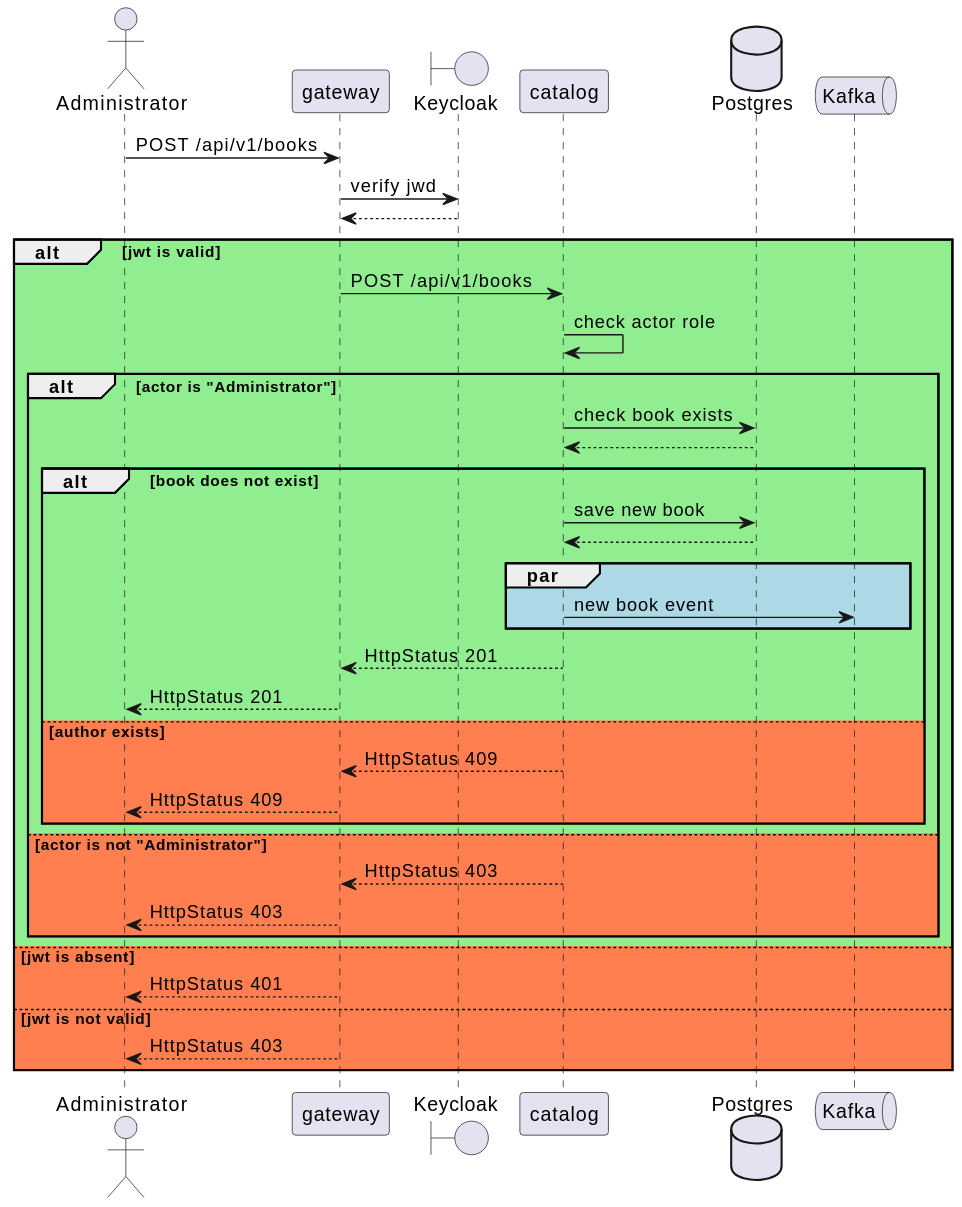
This is hw-01/use-cases/register-new-book/register-new-book.svg from dalayLama/otus-microservice-2024-08, a PlantUML export, as it was before one commit.
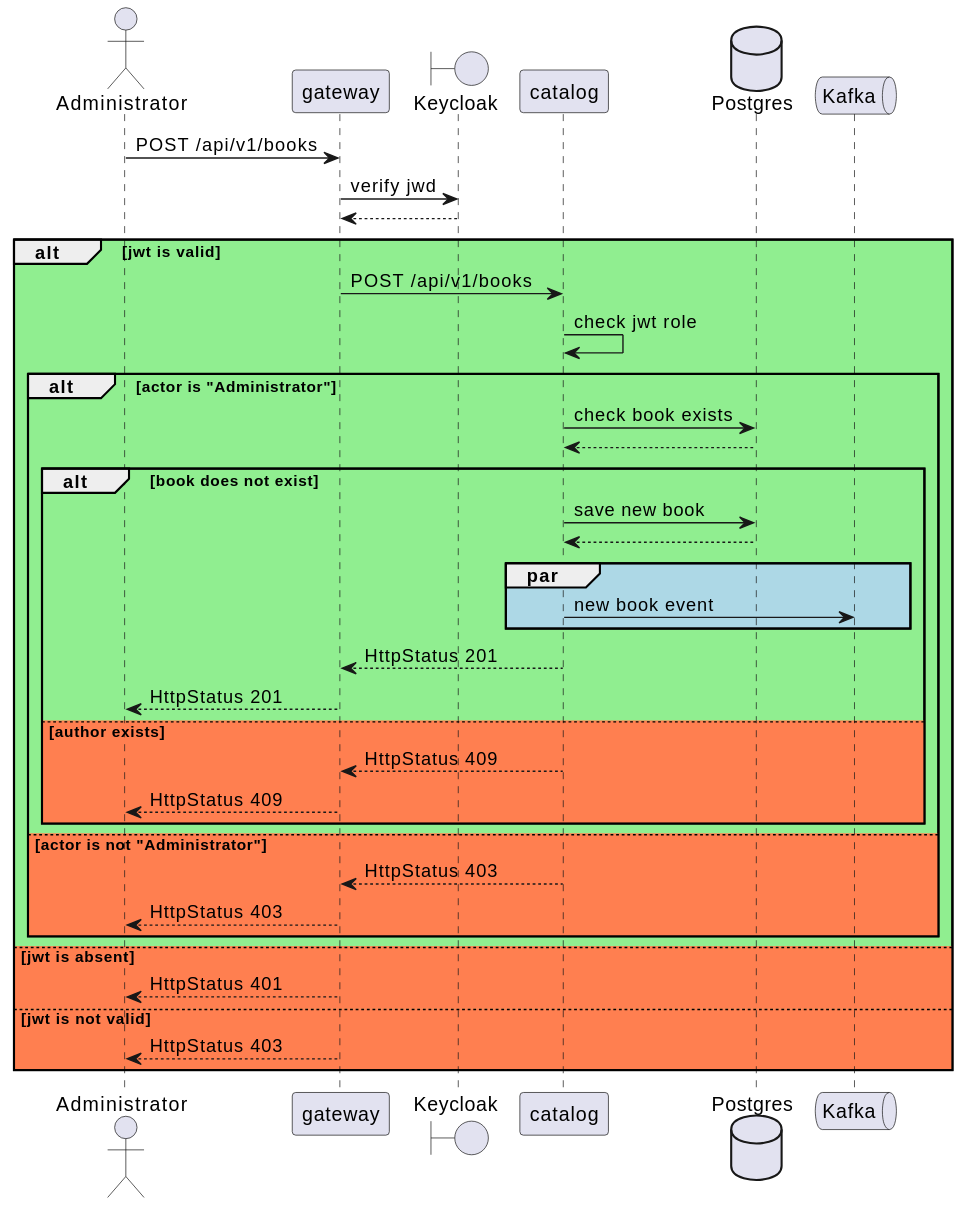
Above is the later version.

Change to the diagram source:
```diff
@@ -11,7 +11,7 @@
 kk --> gw
 alt #lightgreen jwt is valid
     gw -> catalog: POST /api/v1/books
-    catalog -> catalog: check actor role
+    catalog -> catalog: check jwt role
     alt #lightgreen actor is "Administrator"
         catalog -> pg: check book exists
         pg --> catalog:
```
